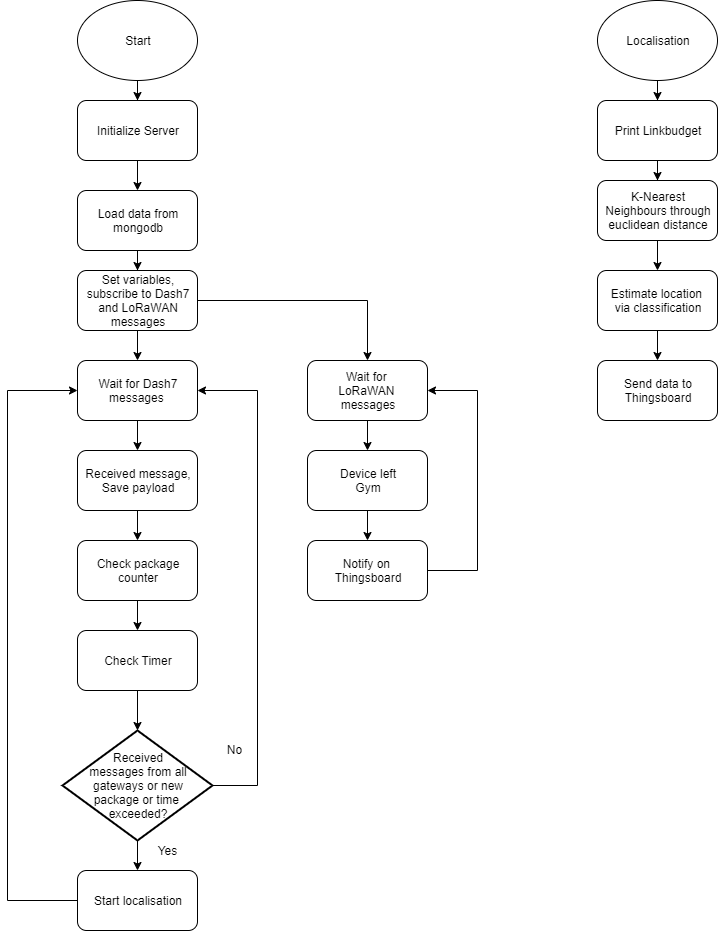
Above: documentation/images/Software-flowchart.png in yvesdeboeck66/project (draw.io), before the change. Source tidied: cells renumbered, new cells last; positions are measured from the earlier drawing's top-left corner, leaving out a move shared by most shapes. Its diagram source:
```xml
<mxGraphModel background="#ffffff">
  <root>
    <mxCell id="0" />
    <mxCell id="1" parent="0" />
    <mxCell id="2" style="edgeStyle=orthogonalEdgeStyle;rounded=0;jettySize=auto;html=1;" parent="1" edge="1" source="3" target="5">
      <mxGeometry relative="1" as="geometry" />
    </mxCell>
    <mxCell id="3" value="Initialize Server" style="rounded=1;whiteSpace=wrap;html=1;" parent="1" vertex="1">
      <mxGeometry x="70" y="100" width="120" height="60" as="geometry" />
    </mxCell>
    <mxCell id="4" style="edgeStyle=orthogonalEdgeStyle;rounded=0;jettySize=auto;html=1;" parent="1" edge="1" source="5" target="8">
      <mxGeometry relative="1" as="geometry" />
    </mxCell>
    <mxCell id="5" value="Load data from mongodb" style="rounded=1;whiteSpace=wrap;html=1;" parent="1" vertex="1">
      <mxGeometry x="70" y="190" width="120" height="60" as="geometry" />
    </mxCell>
    <mxCell id="6" style="edgeStyle=orthogonalEdgeStyle;rounded=0;jettySize=auto;html=1;" parent="1" edge="1" source="8">
      <mxGeometry relative="1" as="geometry">
        <mxPoint x="130" y="360" as="targetPoint" />
      </mxGeometry>
    </mxCell>
    <mxCell id="7" style="edgeStyle=orthogonalEdgeStyle;rounded=0;jettySize=auto;html=1;entryX=0.5;entryY=0;entryDx=0;entryDy=0;" parent="1" edge="1" source="8" target="10">
      <mxGeometry relative="1" as="geometry" />
    </mxCell>
    <mxCell id="8" value="Set variables, subscribe to Dash7 and LoRaWAN messages" style="rounded=1;whiteSpace=wrap;html=1;" parent="1" vertex="1">
      <mxGeometry x="70" y="270" width="120" height="60" as="geometry" />
    </mxCell>
    <mxCell id="9" style="edgeStyle=orthogonalEdgeStyle;rounded=0;jettySize=auto;html=1;" parent="1" edge="1" source="10" target="36">
      <mxGeometry relative="1" as="geometry" />
    </mxCell>
    <mxCell id="10" value="Wait for &lt;br&gt;LoRaWAN&amp;nbsp;&lt;br&gt;messages" style="rounded=1;whiteSpace=wrap;html=1;" parent="1" vertex="1">
      <mxGeometry x="300" y="360" width="120" height="60" as="geometry" />
    </mxCell>
    <mxCell id="11" style="edgeStyle=orthogonalEdgeStyle;rounded=0;jettySize=auto;html=1;" parent="1" edge="1" source="12" target="18">
      <mxGeometry relative="1" as="geometry" />
    </mxCell>
    <mxCell id="12" value="Wait for Dash7 messages&amp;nbsp;" style="rounded=1;whiteSpace=wrap;html=1;" parent="1" vertex="1">
      <mxGeometry x="70" y="360" width="120" height="60" as="geometry" />
    </mxCell>
    <mxCell id="13" style="edgeStyle=orthogonalEdgeStyle;rounded=0;jettySize=auto;html=1;entryX=1;entryY=0.5;entryDx=0;entryDy=0;exitX=1;exitY=0.5;exitDx=0;exitDy=0;exitPerimeter=0;" parent="1" edge="1" source="16" target="12">
      <mxGeometry relative="1" as="geometry">
        <Array as="points">
          <mxPoint x="250" y="785" />
          <mxPoint x="250" y="390" />
        </Array>
      </mxGeometry>
    </mxCell>
    <mxCell id="14" value="No" style="text;html=1;align=center;verticalAlign=middle;labelBackgroundColor=#ffffff;" parent="13" vertex="1">
      <mxGeometry x="-0.65" y="1" relative="1" as="geometry">
        <mxPoint x="-22.5" y="5.8" as="offset" />
      </mxGeometry>
    </mxCell>
    <mxCell id="15" style="edgeStyle=orthogonalEdgeStyle;rounded=0;jettySize=auto;html=1;" parent="1" edge="1" source="16" target="27">
      <mxGeometry relative="1" as="geometry" />
    </mxCell>
    <mxCell id="16" value="&lt;font style=&quot;font-size: 12px&quot;&gt;Received&lt;br&gt;messages from all gateways or new&lt;br&gt;package or time &lt;br&gt;exceeded?&lt;/font&gt;" style="strokeWidth=2;html=1;shape=mxgraph.flowchart.decision;whiteSpace=wrap;" parent="1" vertex="1">
      <mxGeometry x="55" y="730" width="150" height="110" as="geometry" />
    </mxCell>
    <mxCell id="17" style="edgeStyle=orthogonalEdgeStyle;rounded=0;jettySize=auto;html=1;" parent="1" edge="1" source="18" target="25">
      <mxGeometry relative="1" as="geometry" />
    </mxCell>
    <mxCell id="18" value="Received message,&lt;br&gt;Save payload" style="rounded=1;whiteSpace=wrap;html=1;" parent="1" vertex="1">
      <mxGeometry x="70" y="450" width="120" height="60" as="geometry" />
    </mxCell>
    <mxCell id="19" style="edgeStyle=orthogonalEdgeStyle;rounded=0;jettySize=auto;html=1;" parent="1" edge="1" source="20" target="23">
      <mxGeometry relative="1" as="geometry" />
    </mxCell>
    <mxCell id="20" value="Print Linkbudget" style="rounded=1;whiteSpace=wrap;html=1;" parent="1" vertex="1">
      <mxGeometry x="590" y="100" width="120" height="60" as="geometry" />
    </mxCell>
    <mxCell id="21" value="Yes" style="text;html=1;align=center;verticalAlign=middle;" parent="1" vertex="1">
      <mxGeometry x="140" y="840" width="40" height="20" as="geometry" />
    </mxCell>
    <mxCell id="22" style="edgeStyle=orthogonalEdgeStyle;rounded=0;jettySize=auto;html=1;" parent="1" edge="1" source="23" target="29">
      <mxGeometry relative="1" as="geometry" />
    </mxCell>
    <mxCell id="23" value="K-Nearest Neighbours through euclidean distance" style="rounded=1;whiteSpace=wrap;html=1;" parent="1" vertex="1">
      <mxGeometry x="590" y="180" width="120" height="60" as="geometry" />
    </mxCell>
    <mxCell id="24" style="edgeStyle=orthogonalEdgeStyle;rounded=0;jettySize=auto;html=1;" parent="1" edge="1" source="25" target="40">
      <mxGeometry relative="1" as="geometry" />
    </mxCell>
    <mxCell id="25" value="Check package&lt;br&gt;counter" style="rounded=1;whiteSpace=wrap;html=1;" parent="1" vertex="1">
      <mxGeometry x="70" y="540" width="120" height="60" as="geometry" />
    </mxCell>
    <mxCell id="26" style="edgeStyle=orthogonalEdgeStyle;rounded=0;jettySize=auto;html=1;entryX=0;entryY=0.5;entryDx=0;entryDy=0;" parent="1" edge="1" source="27" target="12">
      <mxGeometry relative="1" as="geometry">
        <Array as="points">
          <mxPoint y="900" />
          <mxPoint y="390" />
        </Array>
      </mxGeometry>
    </mxCell>
    <mxCell id="27" value="Start localisation" style="rounded=1;whiteSpace=wrap;html=1;" parent="1" vertex="1">
      <mxGeometry x="70" y="870" width="120" height="60" as="geometry" />
    </mxCell>
    <mxCell id="28" style="edgeStyle=orthogonalEdgeStyle;rounded=0;jettySize=auto;html=1;" parent="1" edge="1" source="29" target="30">
      <mxGeometry relative="1" as="geometry" />
    </mxCell>
    <mxCell id="29" value="Estimate location &lt;br&gt;via classification" style="rounded=1;whiteSpace=wrap;html=1;" parent="1" vertex="1">
      <mxGeometry x="590" y="270" width="120" height="60" as="geometry" />
    </mxCell>
    <mxCell id="30" value="Send data to Thingsboard" style="rounded=1;whiteSpace=wrap;html=1;" parent="1" vertex="1">
      <mxGeometry x="590" y="360" width="120" height="60" as="geometry" />
    </mxCell>
    <mxCell id="31" style="edgeStyle=orthogonalEdgeStyle;rounded=0;jettySize=auto;html=1;" parent="1" edge="1" source="32" target="3">
      <mxGeometry relative="1" as="geometry" />
    </mxCell>
    <mxCell id="32" value="Start" style="ellipse;whiteSpace=wrap;html=1;" parent="1" vertex="1">
      <mxGeometry x="70" width="120" height="80" as="geometry" />
    </mxCell>
    <mxCell id="33" style="edgeStyle=orthogonalEdgeStyle;rounded=0;jettySize=auto;html=1;" parent="1" edge="1" source="34" target="20">
      <mxGeometry relative="1" as="geometry" />
    </mxCell>
    <mxCell id="34" value="Localisation" style="ellipse;whiteSpace=wrap;html=1;" parent="1" vertex="1">
      <mxGeometry x="590" width="120" height="80" as="geometry" />
    </mxCell>
    <mxCell id="35" style="edgeStyle=orthogonalEdgeStyle;rounded=0;jettySize=auto;html=1;" parent="1" edge="1" source="36" target="38">
      <mxGeometry relative="1" as="geometry" />
    </mxCell>
    <mxCell id="36" value="Device left&lt;br&gt;Gym" style="rounded=1;whiteSpace=wrap;html=1;" parent="1" vertex="1">
      <mxGeometry x="300" y="450" width="120" height="60" as="geometry" />
    </mxCell>
    <mxCell id="37" style="edgeStyle=orthogonalEdgeStyle;rounded=0;jettySize=auto;html=1;entryX=1;entryY=0.5;entryDx=0;entryDy=0;" parent="1" edge="1" source="38" target="10">
      <mxGeometry relative="1" as="geometry">
        <Array as="points">
          <mxPoint x="470" y="570" />
          <mxPoint x="470" y="390" />
        </Array>
      </mxGeometry>
    </mxCell>
    <mxCell id="38" value="Notify on&amp;nbsp;&lt;br&gt;Thingsboard" style="rounded=1;whiteSpace=wrap;html=1;" parent="1" vertex="1">
      <mxGeometry x="300" y="540" width="120" height="60" as="geometry" />
    </mxCell>
    <mxCell id="39" style="edgeStyle=orthogonalEdgeStyle;rounded=0;jettySize=auto;html=1;" parent="1" edge="1" source="40" target="16">
      <mxGeometry relative="1" as="geometry" />
    </mxCell>
    <mxCell id="40" value="Check Timer" style="rounded=1;whiteSpace=wrap;html=1;" parent="1" vertex="1">
      <mxGeometry x="70" y="630" width="120" height="60" as="geometry" />
    </mxCell>
  </root>
</mxGraphModel>
```
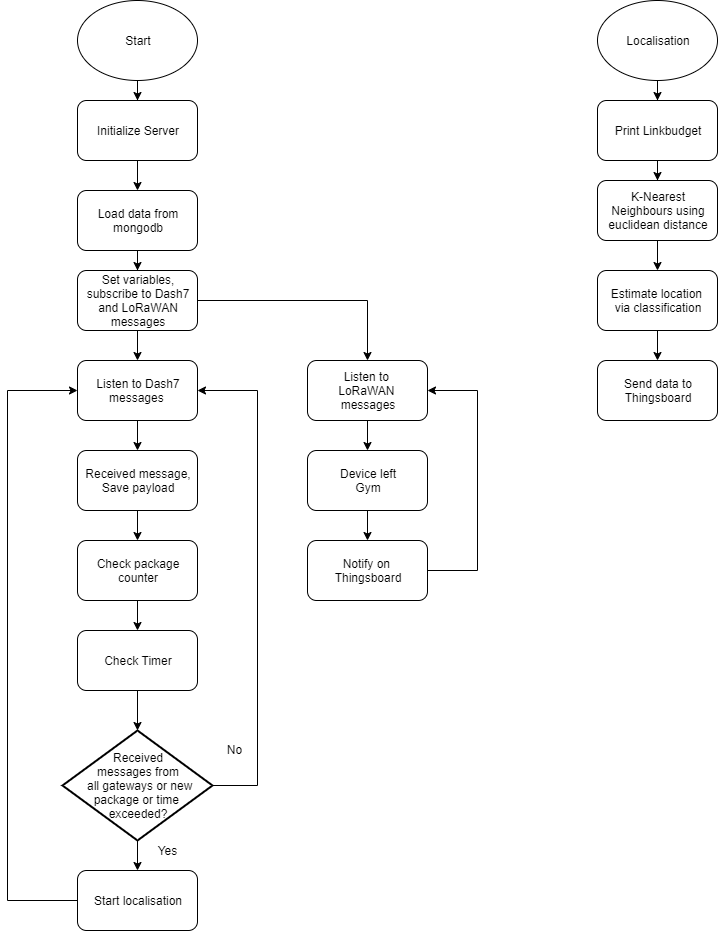
After the commit.

What changed in the source:
```diff
@@ -28,13 +28,13 @@
     <mxCell id="9" style="edgeStyle=orthogonalEdgeStyle;rounded=0;jettySize=auto;html=1;" parent="1" edge="1" source="10" target="36">
       <mxGeometry relative="1" as="geometry" />
     </mxCell>
-    <mxCell id="10" value="Wait for &lt;br&gt;LoRaWAN&amp;nbsp;&lt;br&gt;messages" style="rounded=1;whiteSpace=wrap;html=1;" parent="1" vertex="1">
+    <mxCell id="10" value="Listen to&amp;nbsp;&lt;br&gt;LoRaWAN&amp;nbsp;&lt;br&gt;messages" style="rounded=1;whiteSpace=wrap;html=1;" parent="1" vertex="1">
       <mxGeometry x="300" y="360" width="120" height="60" as="geometry" />
     </mxCell>
     <mxCell id="11" style="edgeStyle=orthogonalEdgeStyle;rounded=0;jettySize=auto;html=1;" parent="1" edge="1" source="12" target="18">
       <mxGeometry relative="1" as="geometry" />
     </mxCell>
-    <mxCell id="12" value="Wait for Dash7 messages&amp;nbsp;" style="rounded=1;whiteSpace=wrap;html=1;" parent="1" vertex="1">
+    <mxCell id="12" value="Listen to Dash7 messages&amp;nbsp;" style="rounded=1;whiteSpace=wrap;html=1;" parent="1" vertex="1">
       <mxGeometry x="70" y="360" width="120" height="60" as="geometry" />
     </mxCell>
     <mxCell id="13" style="edgeStyle=orthogonalEdgeStyle;rounded=0;jettySize=auto;html=1;entryX=1;entryY=0.5;entryDx=0;entryDy=0;exitX=1;exitY=0.5;exitDx=0;exitDy=0;exitPerimeter=0;" parent="1" edge="1" source="16" target="12">
@@ -53,7 +53,7 @@
     <mxCell id="15" style="edgeStyle=orthogonalEdgeStyle;rounded=0;jettySize=auto;html=1;" parent="1" edge="1" source="16" target="27">
       <mxGeometry relative="1" as="geometry" />
     </mxCell>
-    <mxCell id="16" value="&lt;font style=&quot;font-size: 12px&quot;&gt;Received&lt;br&gt;messages from all gateways or new&lt;br&gt;package or time &lt;br&gt;exceeded?&lt;/font&gt;" style="strokeWidth=2;html=1;shape=mxgraph.flowchart.decision;whiteSpace=wrap;" parent="1" vertex="1">
+    <mxCell id="16" value="&lt;font style=&quot;font-size: 12px&quot;&gt;Received&lt;br&gt;messages from&lt;br&gt;&amp;nbsp;all gateways or new&lt;br&gt;package or time &lt;br&gt;exceeded?&lt;/font&gt;" style="strokeWidth=2;html=1;shape=mxgraph.flowchart.decision;whiteSpace=wrap;" parent="1" vertex="1">
       <mxGeometry x="55" y="730" width="150" height="110" as="geometry" />
     </mxCell>
     <mxCell id="17" style="edgeStyle=orthogonalEdgeStyle;rounded=0;jettySize=auto;html=1;" parent="1" edge="1" source="18" target="25">
@@ -74,7 +74,7 @@
     <mxCell id="22" style="edgeStyle=orthogonalEdgeStyle;rounded=0;jettySize=auto;html=1;" parent="1" edge="1" source="23" target="29">
       <mxGeometry relative="1" as="geometry" />
     </mxCell>
-    <mxCell id="23" value="K-Nearest Neighbours through euclidean distance" style="rounded=1;whiteSpace=wrap;html=1;" parent="1" vertex="1">
+    <mxCell id="23" value="K-Nearest Neighbours using euclidean distance" style="rounded=1;whiteSpace=wrap;html=1;" parent="1" vertex="1">
       <mxGeometry x="590" y="180" width="120" height="60" as="geometry" />
     </mxCell>
     <mxCell id="24" style="edgeStyle=orthogonalEdgeStyle;rounded=0;jettySize=auto;html=1;" parent="1" edge="1" source="25" target="40">
```
